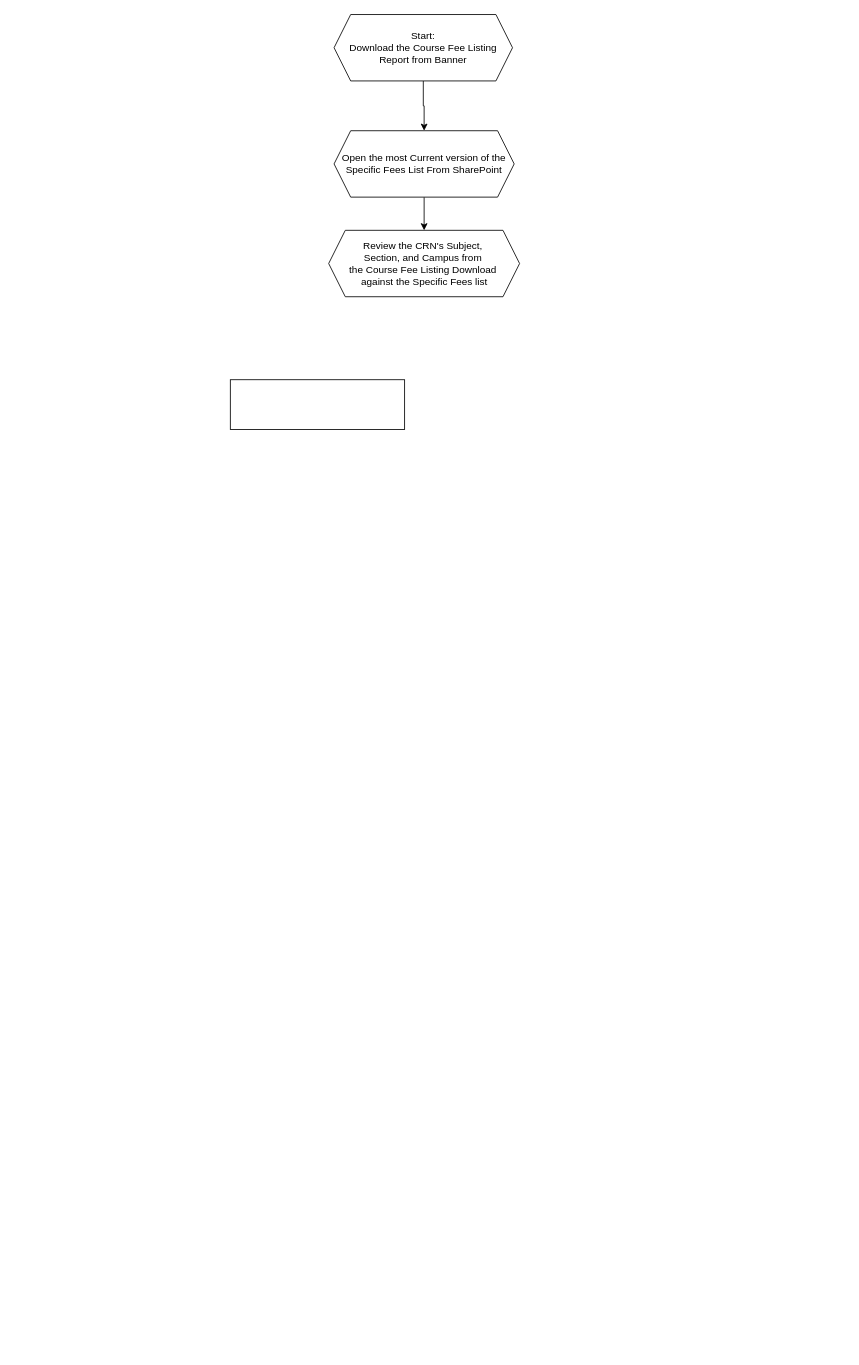
JoshuaKosakowsky/FRCC_jk keeps this draw.io diagram as Diagrams/Rate Table - Fees.drawio. Above is the earlier version. Source tidied: cells renumbered, new cells numbered last; positions are measured from the earlier drawing's top-left corner, leaving out a move shared by most shapes. Both pictures are drawn from the tidied source at 83%, with x=0, y=0 at pixel (230, 14).
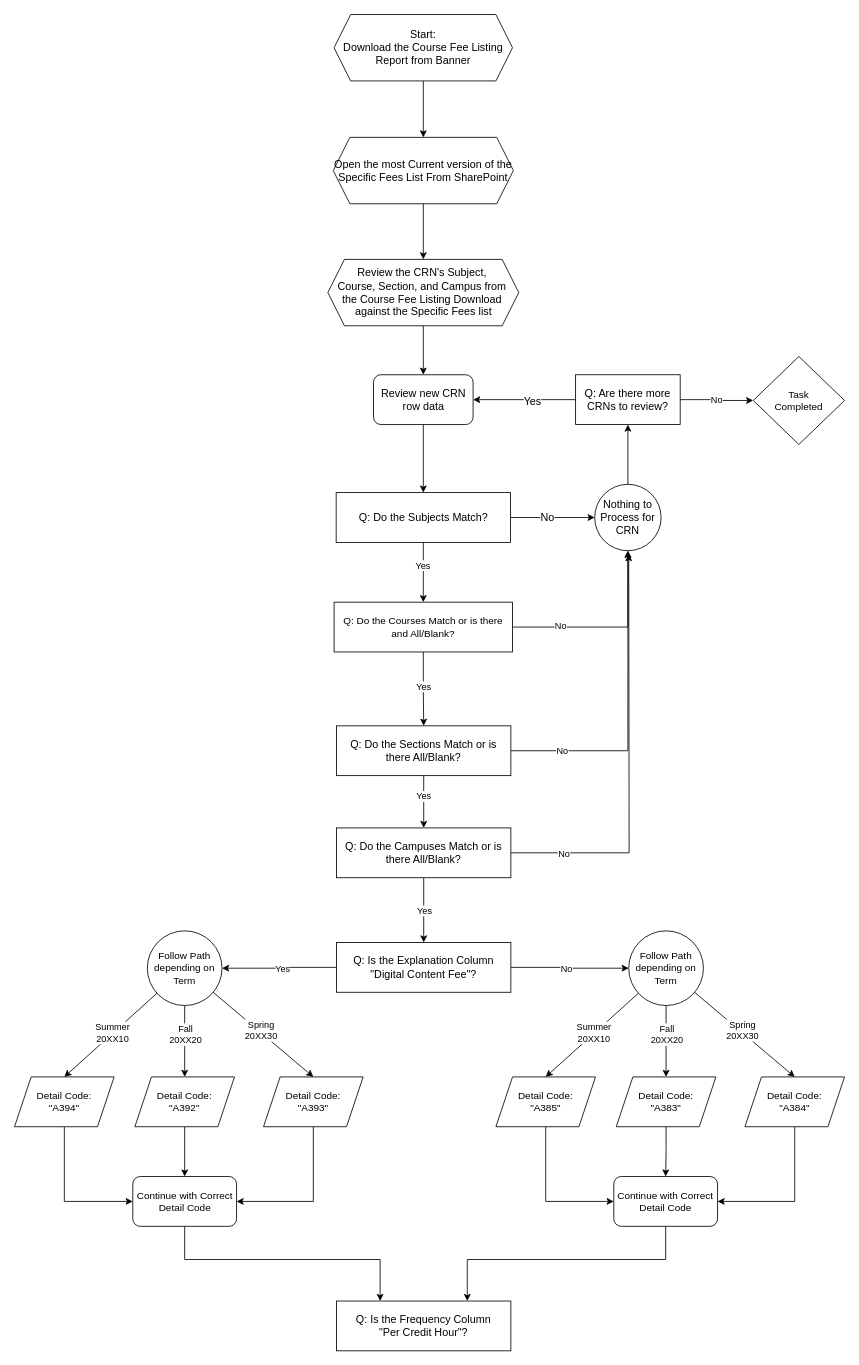
The same diagram, later.

What changed in the source:
```diff
@@
+    <mxCell id="8" style="edgeStyle=orthogonalEdgeStyle;rounded=0;jettySize=auto;html=1;entryX=0;entryY=0.5;entryDx=0;entryDy=0;fontSize=13;" parent="1" edge="1" source="2" target="16">
+      <mxGeometry relative="1" as="geometry" />
+    </mxCell>
+    <mxCell id="9" value="No" style="edgeLabel;html=1;align=center;verticalAlign=middle;fontSize=13;" parent="8" vertex="1">
+      <mxGeometry x="-0.14" y="1" relative="1" as="geometry" />
+    </mxCell>
+    <mxCell id="10" style="edgeStyle=orthogonalEdgeStyle;rounded=0;jettySize=auto;html=1;entryX=0.5;entryY=0;entryDx=0;entryDy=0;" parent="1" edge="1" source="2" target="26">
+      <mxGeometry relative="1" as="geometry" />
+    </mxCell>
+    <mxCell id="11" value="Yes" style="edgeLabel;html=1;align=center;verticalAlign=middle;" parent="10" vertex="1">
+      <mxGeometry x="-0.26" y="2" relative="1" as="geometry">
+        <mxPoint x="-3" as="offset" />
+      </mxGeometry>
+    </mxCell>
-    <mxCell id="2" style="rounded=0;whiteSpace=wrap;html=1;" parent="1" vertex="1">
-      <mxGeometry y="440" width="210" height="60" as="geometry" />
+    <mxCell id="2" value="Q: Do the Subjects Match?" style="rounded=0;whiteSpace=wrap;html=1;fontSize=13;" parent="1" vertex="1">
+      <mxGeometry x="127.5" y="576" width="210" height="60" as="geometry" />
     </mxCell>
-    <mxCell id="3" style="edgeStyle=orthogonalEdgeStyle;rounded=0;jettySize=auto;html=1;entryX=0.5;entryY=0;entryDx=0;entryDy=0;" parent="1" edge="1" source="4" target="6">
+    <mxCell id="3" style="edgeStyle=orthogonalEdgeStyle;rounded=0;jettySize=auto;html=1;entryX=0.5;entryY=0;entryDx=0;entryDy=0;fontSize=13;" parent="1" edge="1" source="4" target="6">
       <mxGeometry relative="1" as="geometry" />
     </mxCell>
-    <mxCell id="4" value="Start:&lt;div&gt;Download the Course Fee Listing Report from Banner&lt;/div&gt;" style="shape=hexagon;perimeter=hexagonPerimeter2;whiteSpace=wrap;html=1;fixedSize=1;" parent="1" vertex="1">
+    <mxCell id="4" value="Start:&lt;div&gt;Download the Course Fee Listing Report from Banner&lt;/div&gt;" style="shape=hexagon;perimeter=hexagonPerimeter2;whiteSpace=wrap;html=1;fixedSize=1;fontSize=13;" parent="1" vertex="1">
       <mxGeometry x="125" width="215" height="80" as="geometry" />
     </mxCell>
-    <mxCell id="5" style="edgeStyle=orthogonalEdgeStyle;rounded=0;jettySize=auto;html=1;entryX=0.5;entryY=0;entryDx=0;entryDy=0;" parent="1" edge="1" source="6" target="7">
+    <mxCell id="5" style="edgeStyle=orthogonalEdgeStyle;rounded=0;jettySize=auto;html=1;entryX=0.5;entryY=0;entryDx=0;entryDy=0;fontSize=13;" parent="1" edge="1" source="6" target="7">
       <mxGeometry relative="1" as="geometry" />
     </mxCell>
-    <mxCell id="6" value="Open the most Current version of the Specific Fees List From SharePoint" style="shape=hexagon;perimeter=hexagonPerimeter2;whiteSpace=wrap;html=1;fixedSize=1;" parent="1" vertex="1">
-      <mxGeometry x="125" y="140" width="217" height="80" as="geometry" />
+    <mxCell id="6" value="Open the most Current version of the Specific Fees List From SharePoint" style="shape=hexagon;perimeter=hexagonPerimeter2;whiteSpace=wrap;html=1;fixedSize=1;fontSize=13;" parent="1" vertex="1">
+      <mxGeometry x="124" y="148" width="217" height="80" as="geometry" />
     </mxCell>
+    <mxCell id="12" style="edgeStyle=orthogonalEdgeStyle;rounded=0;jettySize=auto;html=1;entryX=0.5;entryY=0;entryDx=0;entryDy=0;fontSize=13;" parent="1" edge="1" source="7" target="14">
+      <mxGeometry relative="1" as="geometry" />
+    </mxCell>
-    <mxCell id="7" value="Review the CRN's Subject,&amp;nbsp;&lt;div&gt;Section, and Campus from&amp;nbsp;&lt;/div&gt;&lt;div&gt;the Course Fee Listing Download&amp;nbsp;&lt;/div&gt;&lt;div&gt;against the Specific Fees list&lt;/div&gt;" style="shape=hexagon;perimeter=hexagonPerimeter2;whiteSpace=wrap;html=1;fixedSize=1;" parent="1" vertex="1">
-      <mxGeometry x="118.5" y="260" width="230" height="80" as="geometry" />
+    <mxCell id="7" value="Review the CRN's Subject,&amp;nbsp;&lt;div&gt;Course, Section, and Campus from&amp;nbsp;&lt;/div&gt;&lt;div&gt;the Course Fee Listing Download&amp;nbsp;&lt;/div&gt;&lt;div&gt;against the Specific Fees list&lt;/div&gt;" style="shape=hexagon;perimeter=hexagonPerimeter2;whiteSpace=wrap;html=1;fixedSize=1;fontSize=13;" parent="1" vertex="1">
+      <mxGeometry x="117.5" y="295" width="230" height="80" as="geometry" />
     </mxCell>
+    <mxCell id="13" style="edgeStyle=orthogonalEdgeStyle;rounded=0;jettySize=auto;html=1;entryX=0.5;entryY=0;entryDx=0;entryDy=0;fontSize=13;" parent="1" edge="1" source="14" target="2">
+      <mxGeometry relative="1" as="geometry" />
+    </mxCell>
+    <mxCell id="14" value="Review new CRN&lt;div&gt;row data&lt;/div&gt;" style="rounded=1;whiteSpace=wrap;html=1;fontSize=13;" parent="1" vertex="1">
+      <mxGeometry x="172.5" y="434" width="120" height="60" as="geometry" />
+    </mxCell>
+    <mxCell id="15" style="edgeStyle=orthogonalEdgeStyle;rounded=0;jettySize=auto;html=1;entryX=0.5;entryY=1;entryDx=0;entryDy=0;fontSize=13;" parent="1" edge="1" source="16" target="20">
+      <mxGeometry relative="1" as="geometry" />
+    </mxCell>
+    <mxCell id="16" value="Nothing to Process for CRN" style="ellipse;whiteSpace=wrap;html=1;fontSize=13;" parent="1" vertex="1">
+      <mxGeometry x="439" y="566" width="80" height="80" as="geometry" />
+    </mxCell>
+    <mxCell id="17" style="edgeStyle=orthogonalEdgeStyle;rounded=0;jettySize=auto;html=1;entryX=1;entryY=0.5;entryDx=0;entryDy=0;fontSize=13;" parent="1" edge="1" source="20" target="14">
+      <mxGeometry relative="1" as="geometry" />
+    </mxCell>
+    <mxCell id="18" value="Yes" style="edgeLabel;html=1;align=center;verticalAlign=middle;fontSize=13;" parent="17" vertex="1">
+      <mxGeometry x="-0.14" y="5" relative="1" as="geometry">
+        <mxPoint y="-4" as="offset" />
+      </mxGeometry>
+    </mxCell>
+    <mxCell id="19" value="No" style="edgeStyle=orthogonalEdgeStyle;rounded=0;jettySize=auto;html=1;" parent="1" edge="1" source="20" target="21">
+      <mxGeometry relative="1" as="geometry" />
+    </mxCell>
+    <mxCell id="20" value="Q: Are there more CRNs to review?" style="rounded=0;whiteSpace=wrap;html=1;fontSize=13;" parent="1" vertex="1">
+      <mxGeometry x="416" y="434" width="126" height="60" as="geometry" />
+    </mxCell>
+    <mxCell id="21" value="Task&lt;div&gt;Completed&lt;/div&gt;" style="rhombus;whiteSpace=wrap;html=1;" parent="1" vertex="1">
+      <mxGeometry x="630" y="412" width="110" height="106" as="geometry" />
+    </mxCell>
+    <mxCell id="22" style="edgeStyle=orthogonalEdgeStyle;rounded=0;jettySize=auto;html=1;entryX=0.5;entryY=0;entryDx=0;entryDy=0;" parent="1" edge="1" source="26" target="31">
+      <mxGeometry relative="1" as="geometry" />
+    </mxCell>
+    <mxCell id="23" value="Yes" style="edgeLabel;html=1;align=center;verticalAlign=middle;" parent="22" vertex="1">
+      <mxGeometry x="-0.08" y="4" relative="1" as="geometry">
+        <mxPoint x="-4" as="offset" />
+      </mxGeometry>
+    </mxCell>
+    <mxCell id="24" style="edgeStyle=orthogonalEdgeStyle;rounded=0;jettySize=auto;html=1;entryX=0.5;entryY=1;entryDx=0;entryDy=0;" parent="1" edge="1" source="26" target="16">
+      <mxGeometry relative="1" as="geometry" />
+    </mxCell>
+    <mxCell id="25" value="No" style="edgeLabel;html=1;align=center;verticalAlign=middle;" parent="24" vertex="1">
+      <mxGeometry x="-0.28" y="2" relative="1" as="geometry">
+        <mxPoint x="-26" as="offset" />
+      </mxGeometry>
+    </mxCell>
+    <mxCell id="26" value="Q: Do the Courses Match or is there and All/Blank?" style="rounded=0;whiteSpace=wrap;html=1;" parent="1" vertex="1">
+      <mxGeometry x="125" y="708" width="215" height="60" as="geometry" />
+    </mxCell>
+    <mxCell id="27" style="edgeStyle=orthogonalEdgeStyle;rounded=0;jettySize=auto;html=1;entryX=0.5;entryY=1;entryDx=0;entryDy=0;" parent="1" edge="1" source="31" target="16">
+      <mxGeometry relative="1" as="geometry" />
+    </mxCell>
+    <mxCell id="28" value="No" style="edgeLabel;html=1;align=center;verticalAlign=middle;" parent="27" vertex="1">
+      <mxGeometry x="-0.79" y="-1" relative="1" as="geometry">
+        <mxPoint x="21" y="-1" as="offset" />
+      </mxGeometry>
+    </mxCell>
+    <mxCell id="29" style="edgeStyle=orthogonalEdgeStyle;rounded=0;jettySize=auto;html=1;entryX=0.5;entryY=0;entryDx=0;entryDy=0;" parent="1" edge="1" source="31" target="36">
+      <mxGeometry relative="1" as="geometry" />
+    </mxCell>
+    <mxCell id="30" value="Yes" style="edgeLabel;html=1;align=center;verticalAlign=middle;" parent="29" vertex="1">
+      <mxGeometry x="-0.24" y="-1" relative="1" as="geometry" />
+    </mxCell>
+    <mxCell id="31" value="Q: Do the Sections Match or is there All/Blank?" style="rounded=0;whiteSpace=wrap;html=1;fontSize=13;" parent="1" vertex="1">
+      <mxGeometry x="128" y="857" width="210" height="60" as="geometry" />
+    </mxCell>
+    <mxCell id="32" style="edgeStyle=orthogonalEdgeStyle;rounded=0;jettySize=auto;html=1;" parent="1" edge="1" source="36">
+      <mxGeometry relative="1" as="geometry">
+        <mxPoint x="480" y="650" as="targetPoint" />
+      </mxGeometry>
+    </mxCell>
+    <mxCell id="33" value="No" style="edgeLabel;html=1;align=center;verticalAlign=middle;" parent="32" vertex="1">
+      <mxGeometry x="-0.75" y="-3" relative="1" as="geometry">
+        <mxPoint y="-3" as="offset" />
+      </mxGeometry>
+    </mxCell>
+    <mxCell id="34" style="edgeStyle=orthogonalEdgeStyle;rounded=0;jettySize=auto;html=1;entryX=0.5;entryY=0;entryDx=0;entryDy=0;" parent="1" edge="1" source="36" target="41">
+      <mxGeometry relative="1" as="geometry" />
+    </mxCell>
+    <mxCell id="35" value="Yes" style="edgeLabel;html=1;align=center;verticalAlign=middle;" parent="34" vertex="1">
+      <mxGeometry x="0.01" y="3" relative="1" as="geometry">
+        <mxPoint x="-3" as="offset" />
+      </mxGeometry>
+    </mxCell>
+    <mxCell id="36" value="Q: Do the Campuses Match or is there All/Blank?" style="rounded=0;whiteSpace=wrap;html=1;fontSize=13;" parent="1" vertex="1">
+      <mxGeometry x="128" y="980" width="210" height="60" as="geometry" />
+    </mxCell>
+    <mxCell id="37" style="edgeStyle=orthogonalEdgeStyle;rounded=0;jettySize=auto;html=1;entryX=1;entryY=0.5;entryDx=0;entryDy=0;" parent="1" edge="1" source="41" target="48">
+      <mxGeometry relative="1" as="geometry" />
+    </mxCell>
+    <mxCell id="38" value="Yes" style="edgeLabel;html=1;align=center;verticalAlign=middle;" parent="37" vertex="1">
+      <mxGeometry x="-0.07" y="7" relative="1" as="geometry">
+        <mxPoint x="-1" y="-6" as="offset" />
+      </mxGeometry>
+    </mxCell>
+    <mxCell id="39" style="edgeStyle=orthogonalEdgeStyle;rounded=0;jettySize=auto;html=1;entryX=0;entryY=0.5;entryDx=0;entryDy=0;" parent="1" edge="1" source="41" target="61">
+      <mxGeometry relative="1" as="geometry" />
+    </mxCell>
+    <mxCell id="40" value="No" style="edgeLabel;html=1;align=center;verticalAlign=middle;" parent="39" vertex="1">
+      <mxGeometry x="-0.08" y="-4" relative="1" as="geometry">
+        <mxPoint y="-3" as="offset" />
+      </mxGeometry>
+    </mxCell>
+    <mxCell id="41" value="Q: Is the Explanation Column&lt;div&gt;&quot;Digital Content Fee&quot;?&lt;/div&gt;" style="rounded=0;whiteSpace=wrap;html=1;fontSize=13;" parent="1" vertex="1">
+      <mxGeometry x="128" y="1118" width="210" height="60" as="geometry" />
+    </mxCell>
+    <mxCell id="42" style="rounded=0;jettySize=auto;html=1;entryX=0.5;entryY=0;entryDx=0;entryDy=0;" parent="1" edge="1" source="48" target="50">
+      <mxGeometry relative="1" as="geometry" />
+    </mxCell>
+    <mxCell id="43" value="Summer&lt;div&gt;20XX10&lt;/div&gt;" style="edgeLabel;html=1;align=center;verticalAlign=middle;" parent="42" vertex="1">
+      <mxGeometry x="0.21" relative="1" as="geometry">
+        <mxPoint x="13" y="-14" as="offset" />
+      </mxGeometry>
+    </mxCell>
+    <mxCell id="44" style="rounded=0;jettySize=auto;html=1;entryX=0.5;entryY=0;entryDx=0;entryDy=0;" parent="1" edge="1" source="48" target="54">
+      <mxGeometry relative="1" as="geometry" />
+    </mxCell>
+    <mxCell id="45" value="Spring&lt;div&gt;20XX30&lt;/div&gt;" style="edgeLabel;html=1;align=center;verticalAlign=middle;" parent="44" vertex="1">
+      <mxGeometry x="-0.19" y="4" relative="1" as="geometry">
+        <mxPoint x="6" y="7" as="offset" />
+      </mxGeometry>
+    </mxCell>
+    <mxCell id="46" style="edgeStyle=orthogonalEdgeStyle;rounded=0;jettySize=auto;html=1;entryX=0.5;entryY=0;entryDx=0;entryDy=0;" parent="1" edge="1" source="48" target="52">
+      <mxGeometry relative="1" as="geometry" />
+    </mxCell>
+    <mxCell id="47" value="Fall&lt;div&gt;20XX20&lt;/div&gt;" style="edgeLabel;html=1;align=center;verticalAlign=middle;" parent="46" vertex="1">
+      <mxGeometry x="-0.1" relative="1" as="geometry">
+        <mxPoint y="-5" as="offset" />
+      </mxGeometry>
+    </mxCell>
+    <mxCell id="48" value="Follow Path depending on Term" style="ellipse;whiteSpace=wrap;html=1;" parent="1" vertex="1">
+      <mxGeometry x="-100" y="1104" width="90" height="90" as="geometry" />
+    </mxCell>
+    <mxCell id="49" style="edgeStyle=orthogonalEdgeStyle;rounded=0;jettySize=auto;html=1;entryX=0;entryY=0.5;entryDx=0;entryDy=0;" parent="1" edge="1" source="50" target="69">
+      <mxGeometry relative="1" as="geometry">
+        <Array as="points">
+          <mxPoint x="-200" y="1430" />
+        </Array>
+      </mxGeometry>
+    </mxCell>
+    <mxCell id="50" value="Detail Code:&lt;div&gt;&quot;A394&quot;&lt;/div&gt;" style="shape=parallelogram;perimeter=parallelogramPerimeter;whiteSpace=wrap;html=1;fixedSize=1;" parent="1" vertex="1">
+      <mxGeometry x="-260" y="1280" width="120" height="60" as="geometry" />
+    </mxCell>
+    <mxCell id="51" style="edgeStyle=orthogonalEdgeStyle;rounded=0;jettySize=auto;html=1;entryX=0.5;entryY=0;entryDx=0;entryDy=0;" parent="1" edge="1" source="52" target="69">
+      <mxGeometry relative="1" as="geometry" />
+    </mxCell>
+    <mxCell id="52" value="Detail Code:&lt;div&gt;&quot;A392&quot;&lt;/div&gt;" style="shape=parallelogram;perimeter=parallelogramPerimeter;whiteSpace=wrap;html=1;fixedSize=1;" parent="1" vertex="1">
+      <mxGeometry x="-115" y="1280" width="120" height="60" as="geometry" />
+    </mxCell>
+    <mxCell id="53" style="edgeStyle=orthogonalEdgeStyle;rounded=0;jettySize=auto;html=1;entryX=1;entryY=0.5;entryDx=0;entryDy=0;" parent="1" edge="1" source="54" target="69">
+      <mxGeometry relative="1" as="geometry">
+        <Array as="points">
+          <mxPoint x="100" y="1430" />
+        </Array>
+      </mxGeometry>
+    </mxCell>
+    <mxCell id="54" value="Detail Code:&lt;div&gt;&quot;A393&quot;&lt;/div&gt;" style="shape=parallelogram;perimeter=parallelogramPerimeter;whiteSpace=wrap;html=1;fixedSize=1;" parent="1" vertex="1">
+      <mxGeometry x="40" y="1280" width="120" height="60" as="geometry" />
+    </mxCell>
+    <mxCell id="55" style="rounded=0;jettySize=auto;html=1;entryX=0.5;entryY=0;entryDx=0;entryDy=0;" parent="1" edge="1" source="61" target="63">
+      <mxGeometry relative="1" as="geometry" />
+    </mxCell>
+    <mxCell id="56" value="Summer&lt;div&gt;20XX10&lt;/div&gt;" style="edgeLabel;html=1;align=center;verticalAlign=middle;" parent="55" vertex="1">
+      <mxGeometry x="0.21" relative="1" as="geometry">
+        <mxPoint x="13" y="-14" as="offset" />
+      </mxGeometry>
+    </mxCell>
+    <mxCell id="57" style="rounded=0;jettySize=auto;html=1;entryX=0.5;entryY=0;entryDx=0;entryDy=0;" parent="1" edge="1" source="61" target="67">
+      <mxGeometry relative="1" as="geometry" />
+    </mxCell>
+    <mxCell id="58" value="Spring&lt;div&gt;20XX30&lt;/div&gt;" style="edgeLabel;html=1;align=center;verticalAlign=middle;" parent="57" vertex="1">
+      <mxGeometry x="-0.19" y="4" relative="1" as="geometry">
+        <mxPoint x="6" y="7" as="offset" />
+      </mxGeometry>
+    </mxCell>
+    <mxCell id="59" style="edgeStyle=orthogonalEdgeStyle;rounded=0;jettySize=auto;html=1;entryX=0.5;entryY=0;entryDx=0;entryDy=0;" parent="1" edge="1" source="61" target="65">
+      <mxGeometry relative="1" as="geometry" />
+    </mxCell>
+    <mxCell id="60" value="Fall&lt;div&gt;20XX20&lt;/div&gt;" style="edgeLabel;html=1;align=center;verticalAlign=middle;" parent="59" vertex="1">
+      <mxGeometry x="-0.1" relative="1" as="geometry">
+        <mxPoint y="-5" as="offset" />
+      </mxGeometry>
+    </mxCell>
+    <mxCell id="61" value="Follow Path depending on Term" style="ellipse;whiteSpace=wrap;html=1;" parent="1" vertex="1">
+      <mxGeometry x="480" y="1104" width="90" height="90" as="geometry" />
+    </mxCell>
+    <mxCell id="62" style="edgeStyle=orthogonalEdgeStyle;rounded=0;jettySize=auto;html=1;entryX=0;entryY=0.5;entryDx=0;entryDy=0;" parent="1" edge="1" source="63" target="71">
+      <mxGeometry relative="1" as="geometry">
+        <Array as="points">
+          <mxPoint x="380" y="1430" />
+        </Array>
+      </mxGeometry>
+    </mxCell>
+    <mxCell id="63" value="Detail Code:&lt;div&gt;&quot;A385&quot;&lt;/div&gt;" style="shape=parallelogram;perimeter=parallelogramPerimeter;whiteSpace=wrap;html=1;fixedSize=1;" parent="1" vertex="1">
+      <mxGeometry x="320" y="1280" width="120" height="60" as="geometry" />
+    </mxCell>
+    <mxCell id="64" style="edgeStyle=orthogonalEdgeStyle;rounded=0;jettySize=auto;html=1;entryX=0.5;entryY=0;entryDx=0;entryDy=0;" parent="1" edge="1" source="65" target="71">
+      <mxGeometry relative="1" as="geometry" />
+    </mxCell>
+    <mxCell id="65" value="Detail Code:&lt;div&gt;&quot;A383&quot;&lt;/div&gt;" style="shape=parallelogram;perimeter=parallelogramPerimeter;whiteSpace=wrap;html=1;fixedSize=1;" parent="1" vertex="1">
+      <mxGeometry x="465" y="1280" width="120" height="60" as="geometry" />
+    </mxCell>
+    <mxCell id="66" style="edgeStyle=orthogonalEdgeStyle;rounded=0;jettySize=auto;html=1;entryX=1;entryY=0.5;entryDx=0;entryDy=0;" parent="1" edge="1" source="67" target="71">
+      <mxGeometry relative="1" as="geometry">
+        <Array as="points">
+          <mxPoint x="680" y="1430" />
+        </Array>
+      </mxGeometry>
+    </mxCell>
+    <mxCell id="67" value="Detail Code:&lt;div&gt;&quot;A384&quot;&lt;/div&gt;" style="shape=parallelogram;perimeter=parallelogramPerimeter;whiteSpace=wrap;html=1;fixedSize=1;" parent="1" vertex="1">
+      <mxGeometry x="620" y="1280" width="120" height="60" as="geometry" />
+    </mxCell>
+    <mxCell id="68" style="edgeStyle=orthogonalEdgeStyle;rounded=0;jettySize=auto;html=1;entryX=0.25;entryY=0;entryDx=0;entryDy=0;" parent="1" edge="1" source="69" target="72">
+      <mxGeometry relative="1" as="geometry">
+        <Array as="points">
+          <mxPoint x="-55" y="1500" />
+          <mxPoint x="181" y="1500" />
+        </Array>
+      </mxGeometry>
+    </mxCell>
+    <mxCell id="69" value="Continue with Correct Detail Code" style="rounded=1;whiteSpace=wrap;html=1;" parent="1" vertex="1">
+      <mxGeometry x="-117.5" y="1400" width="125" height="60" as="geometry" />
+    </mxCell>
+    <mxCell id="70" style="edgeStyle=orthogonalEdgeStyle;rounded=0;jettySize=auto;html=1;entryX=0.75;entryY=0;entryDx=0;entryDy=0;" parent="1" edge="1" source="71" target="72">
+      <mxGeometry relative="1" as="geometry">
+        <Array as="points">
+          <mxPoint x="525" y="1500" />
+          <mxPoint x="286" y="1500" />
+        </Array>
+      </mxGeometry>
+    </mxCell>
+    <mxCell id="71" value="Continue with Correct Detail Code" style="rounded=1;whiteSpace=wrap;html=1;" parent="1" vertex="1">
+      <mxGeometry x="462" y="1400" width="125" height="60" as="geometry" />
+    </mxCell>
+    <mxCell id="72" value="Q: Is the Frequency Column&lt;div&gt;&quot;Per Credit Hour&quot;?&lt;/div&gt;" style="rounded=0;whiteSpace=wrap;html=1;fontSize=13;" parent="1" vertex="1">
+      <mxGeometry x="128" y="1550" width="210" height="60" as="geometry" />
+    </mxCell>
```
